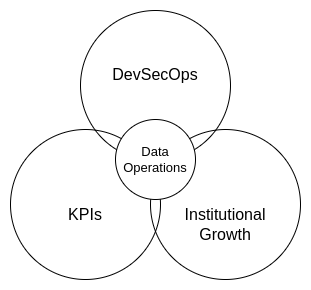
The draw.io diagram docs/source/static/images/do_concepts.png in CertusGroup/ciutshi, before a commit. Source tidied: cells renumbered, new cells last; positions are measured from the earlier drawing's top-left corner, leaving out a move shared by most shapes.
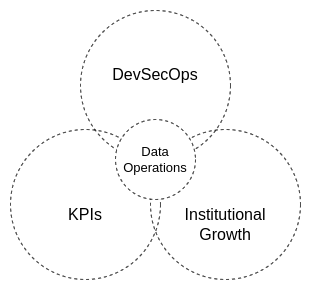
Later version of the same file.

What changed in the source:
```diff
@@ -2,25 +2,25 @@
   <root>
     <mxCell id="0" />
     <mxCell id="1" parent="0" />
-    <mxCell id="2" style="ellipse;whiteSpace=wrap;html=1;fontSize=16;fillColor=none;" parent="1" vertex="1">
+    <mxCell id="2" style="ellipse;whiteSpace=wrap;html=1;fontSize=16;fillColor=none;dashed=1;" parent="1" vertex="1">
       <mxGeometry y="119" width="150" height="150" as="geometry" />
     </mxCell>
-    <mxCell id="3" style="ellipse;whiteSpace=wrap;html=1;fontSize=16;fillColor=none;" parent="1" vertex="1">
+    <mxCell id="3" style="ellipse;whiteSpace=wrap;html=1;fontSize=16;fillColor=none;dashed=1;" parent="1" vertex="1">
       <mxGeometry x="140" y="119" width="150" height="150" as="geometry" />
     </mxCell>
-    <mxCell id="4" value="KPIs" style="text;html=1;strokeColor=none;fillColor=none;align=center;verticalAlign=middle;whiteSpace=wrap;rounded=0;fontSize=16;" parent="1" vertex="1">
+    <mxCell id="4" value="KPIs" style="text;html=1;strokeColor=none;fillColor=none;align=center;verticalAlign=middle;whiteSpace=wrap;rounded=0;fontSize=16;dashed=1;" parent="1" vertex="1">
       <mxGeometry x="45" y="189" width="60" height="30" as="geometry" />
     </mxCell>
-    <mxCell id="5" value="Institutional&lt;br&gt;Growth" style="text;html=1;strokeColor=none;fillColor=none;align=center;verticalAlign=middle;whiteSpace=wrap;rounded=0;fontSize=16;" parent="1" vertex="1">
+    <mxCell id="5" value="Institutional&lt;br&gt;Growth" style="text;html=1;strokeColor=none;fillColor=none;align=center;verticalAlign=middle;whiteSpace=wrap;rounded=0;fontSize=16;dashed=1;" parent="1" vertex="1">
       <mxGeometry x="165" y="199" width="100" height="30" as="geometry" />
     </mxCell>
-    <mxCell id="6" style="ellipse;whiteSpace=wrap;html=1;fontSize=16;fillColor=none;" parent="1" vertex="1">
+    <mxCell id="6" style="ellipse;whiteSpace=wrap;html=1;fontSize=16;fillColor=none;dashed=1;" parent="1" vertex="1">
       <mxGeometry x="70" width="150" height="150" as="geometry" />
     </mxCell>
-    <mxCell id="7" value="DevSecOps" style="text;html=1;strokeColor=none;fillColor=none;align=center;verticalAlign=middle;whiteSpace=wrap;rounded=0;fontSize=16;" parent="1" vertex="1">
+    <mxCell id="7" value="DevSecOps" style="text;html=1;strokeColor=none;fillColor=none;align=center;verticalAlign=middle;whiteSpace=wrap;rounded=0;fontSize=16;dashed=1;" parent="1" vertex="1">
       <mxGeometry x="95" y="49" width="100" height="30" as="geometry" />
     </mxCell>
-    <mxCell id="8" value="Data&lt;br style=&quot;font-size: 13px;&quot;&gt;Operations" style="ellipse;whiteSpace=wrap;html=1;fontSize=13;fillColor=default;" parent="1" vertex="1">
+    <mxCell id="8" value="Data&lt;br style=&quot;font-size: 13px;&quot;&gt;Operations" style="ellipse;whiteSpace=wrap;html=1;fontSize=13;fillColor=default;dashed=1;" parent="1" vertex="1">
       <mxGeometry x="105" y="109" width="80" height="80" as="geometry" />
     </mxCell>
   </root>
```
